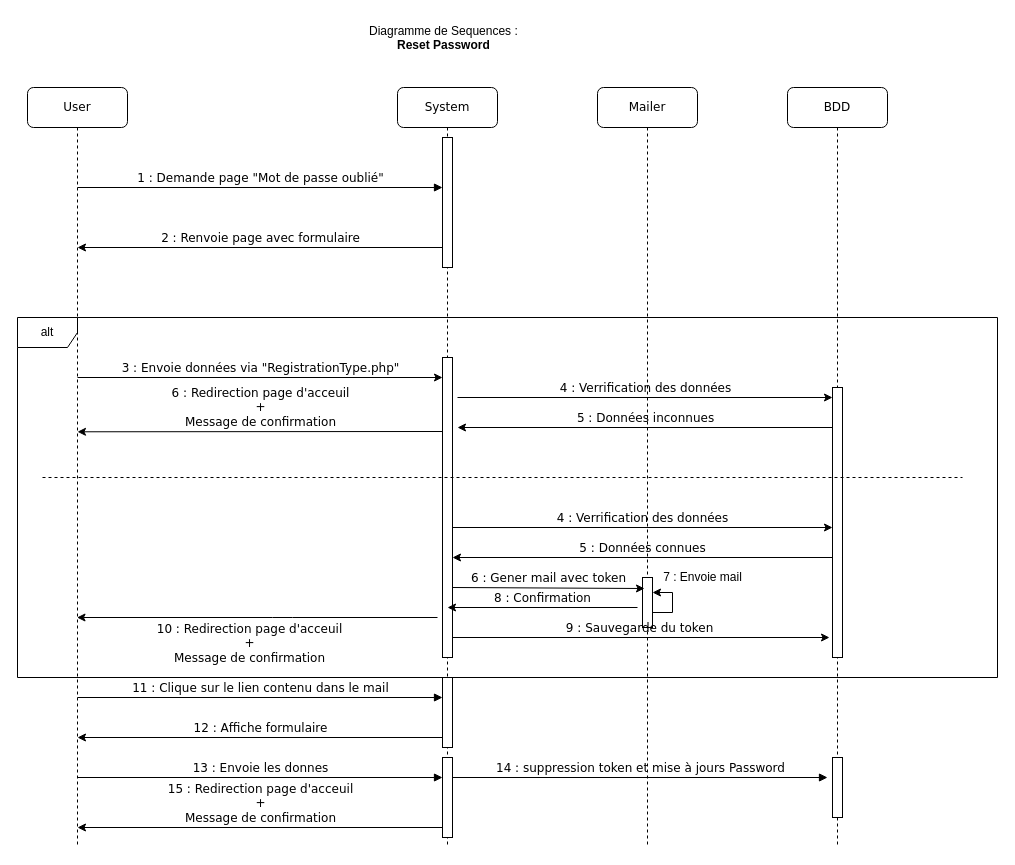
This is UMLs/Sequence/DiagrammeSequenceResetPassword.drawio from erreur4045/symfony, a draw.io file, before an edit. Source tidied: cells renumbered, new cells numbered last; positions are measured from the earlier drawing's top-left corner, leaving out a move shared by most shapes. Both pictures are drawn from the tidied source at 100%, with x=0, y=0 at pixel (17, 17).
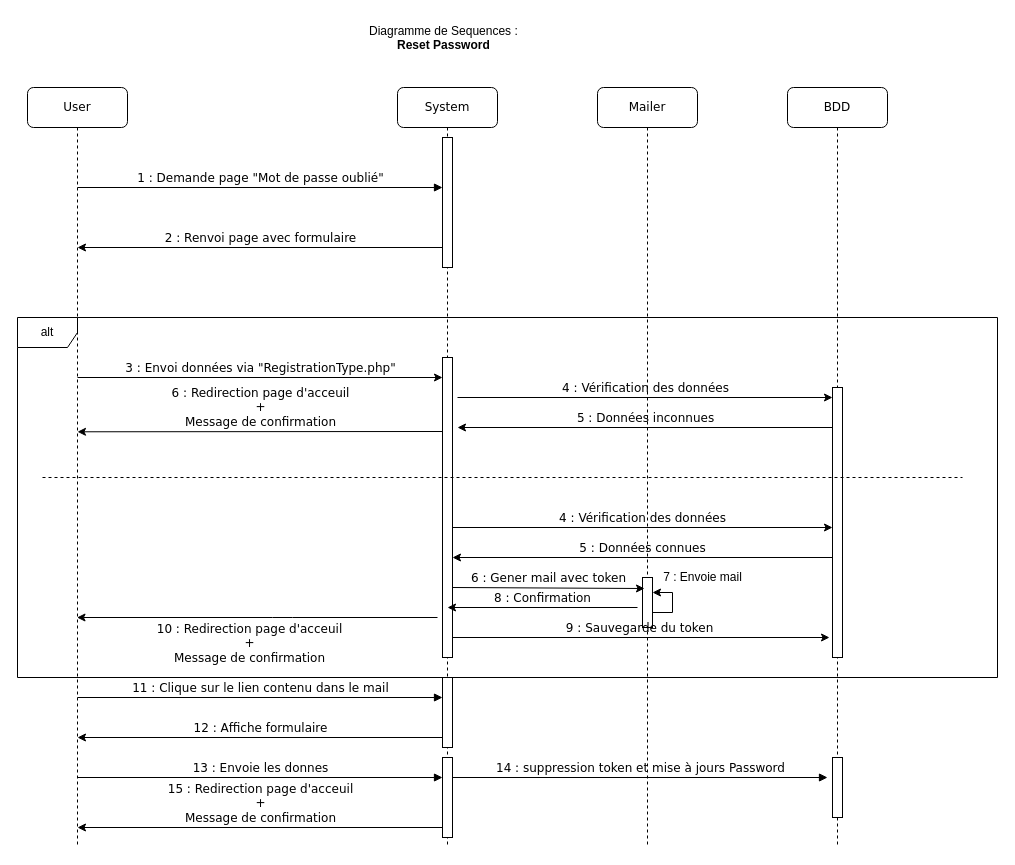
The same page after the edit.

Unchanged cells that the change refers to:
```xml
<mxCell id="8" style="html=1;points=[];perimeter=orthogonalPerimeter;rounded=0;shadow=0;comic=0;labelBackgroundColor=none;strokeWidth=1;fontFamily=Verdana;fontSize=12;align=center;" parent="7" vertex="1">
  <mxGeometry x="45" y="300" width="10" height="270" as="geometry" />
</mxCell>
```

Change to the diagram source:
```diff
@@
-    <mxCell id="12" value="2 : Renvoie page avec formulaire" style="html=1;verticalAlign=bottom;endArrow=none;labelBackgroundColor=none;fontFamily=Verdana;fontSize=12;edgeStyle=elbowEdgeStyle;elbow=vertical;startArrow=classic;startFill=1;endFill=0;" parent="1" edge="1">
+    <mxCell id="12" value="2 : Renvoi page avec formulaire" style="html=1;verticalAlign=bottom;endArrow=none;labelBackgroundColor=none;fontFamily=Verdana;fontSize=12;edgeStyle=elbowEdgeStyle;elbow=vertical;startArrow=classic;startFill=1;endFill=0;" parent="1" edge="1">
       <mxGeometry relative="1" as="geometry">
         <mxPoint x="60" y="230" as="sourcePoint" />
         <mxPoint x="425" y="230" as="targetPoint" />
       </mxGeometry>
     </mxCell>
-    <mxCell id="13" value="3 : Envoie données via &quot;RegistrationType.php&quot;" style="html=1;verticalAlign=bottom;endArrow=classic;labelBackgroundColor=none;fontFamily=Verdana;fontSize=12;edgeStyle=elbowEdgeStyle;elbow=vertical;startArrow=none;startFill=0;endFill=1;" parent="1" edge="1">
+    <mxCell id="13" value="3 : Envoi données via &quot;RegistrationType.php&quot;" style="html=1;verticalAlign=bottom;endArrow=classic;labelBackgroundColor=none;fontFamily=Verdana;fontSize=12;edgeStyle=elbowEdgeStyle;elbow=vertical;startArrow=none;startFill=0;endFill=1;" parent="1" edge="1">
       <mxGeometry relative="1" as="geometry">
         <mxPoint x="60" y="360" as="sourcePoint" />
         <mxPoint x="425" y="360" as="targetPoint" />
       </mxGeometry>
     </mxCell>
@@
-    <mxCell id="17" value="4 : Verrification des données" style="html=1;verticalAlign=bottom;endArrow=classic;labelBackgroundColor=none;fontFamily=Verdana;fontSize=12;elbow=vertical;startArrow=none;startFill=0;endFill=1;" parent="1" edge="1" target="8">
+    <mxCell id="17" value="4 : Vérification des données" style="html=1;verticalAlign=bottom;endArrow=classic;labelBackgroundColor=none;fontFamily=Verdana;fontSize=12;elbow=vertical;startArrow=none;startFill=0;endFill=1;" parent="1" edge="1" target="8">
       <mxGeometry relative="1" as="geometry">
         <mxPoint x="440" y="380" as="sourcePoint" />
       </mxGeometry>
     </mxCell>
@@
-    <mxCell id="23" value="4 : Verrification des données" style="html=1;verticalAlign=bottom;endArrow=classic;labelBackgroundColor=none;fontFamily=Verdana;fontSize=12;elbow=vertical;startArrow=none;startFill=0;endFill=1;" parent="1" edge="1" target="8">
+    <mxCell id="23" value="4 : Vérification des données" style="html=1;verticalAlign=bottom;endArrow=classic;labelBackgroundColor=none;fontFamily=Verdana;fontSize=12;elbow=vertical;startArrow=none;startFill=0;endFill=1;" parent="1" edge="1" target="8">
       <mxGeometry relative="1" as="geometry">
         <mxPoint x="435" y="510" as="sourcePoint" />
       </mxGeometry>
     </mxCell>
```
